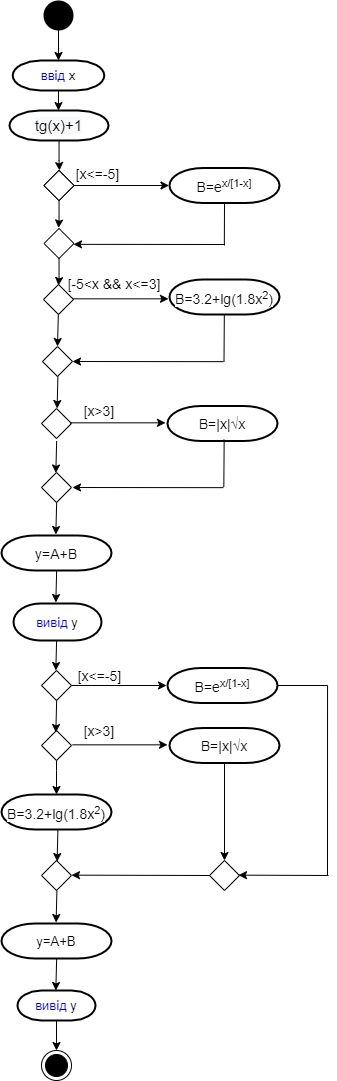
The draw.io diagram Untitled Diagram_1.drawio.png in fxxwol/lab-3.1, before a commit. Source tidied: cells renumbered, new cells last; positions are measured from the earlier drawing's top-left corner, leaving out a move shared by most shapes.
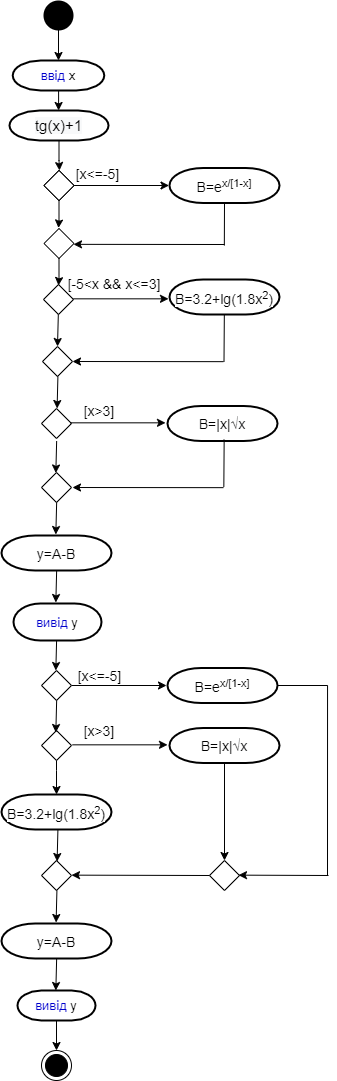
After the commit.

The edit, as a diff of the source:
```diff
@@ -72,7 +72,7 @@
     <mxCell id="19" value="&lt;font color=&quot;#0000cc&quot;&gt;вивід&lt;/font&gt; у" style="strokeWidth=2;html=1;shape=mxgraph.flowchart.terminator;whiteSpace=wrap;fontSize=13;" parent="1" vertex="1">
       <mxGeometry x="16" y="990" width="78" height="30" as="geometry" />
     </mxCell>
-    <mxCell id="20" value="&#10;&#10;&lt;span style=&quot;color: rgb(0, 0, 0); font-family: helvetica; font-size: 14px; font-style: normal; font-weight: 400; letter-spacing: normal; text-align: center; text-indent: 0px; text-transform: none; word-spacing: 0px; background-color: rgb(255, 255, 255); display: inline; float: none;&quot;&gt;y=A+B&lt;/span&gt;&#10;&#10;" style="strokeWidth=2;html=1;shape=mxgraph.flowchart.terminator;whiteSpace=wrap;fontSize=13;" parent="1" vertex="1">
+    <mxCell id="20" value="&lt;span style=&quot;font-size: 14px ; background-color: rgb(255 , 255 , 255)&quot;&gt;y=A-B&lt;/span&gt;" style="strokeWidth=2;html=1;shape=mxgraph.flowchart.terminator;whiteSpace=wrap;fontSize=13;" parent="1" vertex="1">
       <mxGeometry y="535" width="110" height="35" as="geometry" />
     </mxCell>
     <mxCell id="21" style="endArrow=none;html=1;rounded=0;fontSize=13;" parent="1" edge="1">
@@ -280,7 +280,7 @@
     <mxCell id="65" value="[&lt;span style=&quot;font-size: 14px&quot;&gt;x&amp;gt;3]&lt;/span&gt;" style="text;html=1;strokeColor=none;fillColor=none;align=center;verticalAlign=middle;whiteSpace=wrap;rounded=0;fontSize=13;" parent="1" vertex="1">
       <mxGeometry x="78" y="720" width="40" height="20" as="geometry" />
     </mxCell>
-    <mxCell id="66" value="y=A+B" style="strokeWidth=2;html=1;shape=mxgraph.flowchart.terminator;whiteSpace=wrap;fontSize=13;" parent="1" vertex="1">
+    <mxCell id="66" value="&lt;span style=&quot;font-size: 14px ; background-color: rgb(255 , 255 , 255)&quot;&gt;y=A-B&lt;/span&gt;" style="strokeWidth=2;html=1;shape=mxgraph.flowchart.terminator;whiteSpace=wrap;fontSize=13;" parent="1" vertex="1">
       <mxGeometry y="923" width="110" height="35" as="geometry" />
     </mxCell>
     <mxCell id="67" style="ellipse;html=1;shape=endState;fillColor=#000000;strokeColor=#000000;fontSize=13;" parent="1" vertex="1">
```
